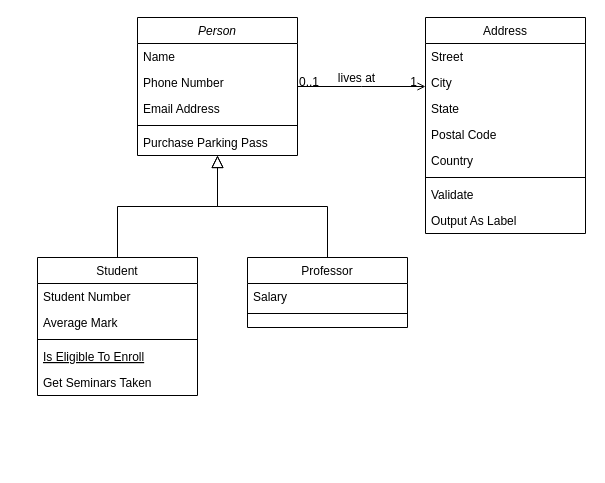
Above: Untitled Diagram.drawio in ZhangXichu/rtracer (draw.io), before the change. Source tidied: cells renumbered, new cells numbered last; positions are measured from the earlier drawing's top-left corner, leaving out a move shared by most shapes. Both pictures are drawn from the tidied source at 100%, with x=0, y=0 at pixel (37, 17).
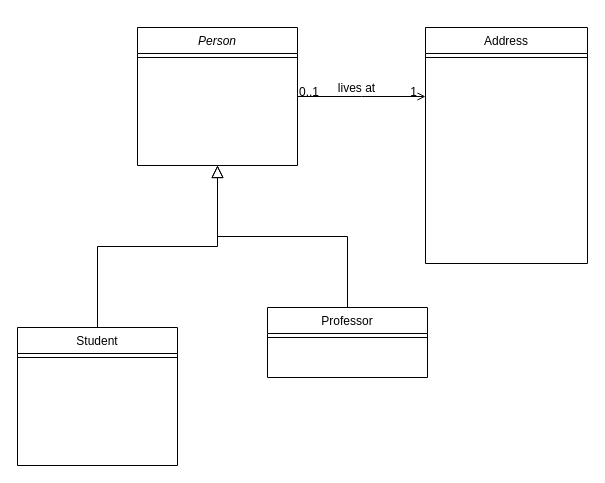
The same page after the edit.

Diff of the diagram source:
```diff
@@
     <mxCell id="2" value="Person" style="swimlane;fontStyle=2;align=center;verticalAlign=top;horizontal=1;startSize=26;rounded=0;shadow=0;strokeWidth=1;" parent="1" vertex="1">
-      <mxGeometry x="100" width="160" height="138" as="geometry" />
+      <mxGeometry x="100" y="10" width="160" height="138" as="geometry" />
     </mxCell>
-    <mxCell id="3" value="Name" style="text;align=left;verticalAlign=top;spacingLeft=4;spacingRight=4;overflow=hidden;" parent="2" vertex="1">
-      <mxGeometry y="26" width="160" height="26" as="geometry" />
-    </mxCell>
-    <mxCell id="4" value="Phone Number" style="text;align=left;verticalAlign=top;spacingLeft=4;spacingRight=4;overflow=hidden;rounded=0;shadow=0;html=0;" parent="2" vertex="1">
-      <mxGeometry y="52" width="160" height="26" as="geometry" />
-    </mxCell>
-    <mxCell id="5" value="Email Address" style="text;align=left;verticalAlign=top;spacingLeft=4;spacingRight=4;overflow=hidden;rounded=0;shadow=0;html=0;" parent="2" vertex="1">
-      <mxGeometry y="78" width="160" height="26" as="geometry" />
-    </mxCell>
     <mxCell id="6" style="line;html=1;strokeWidth=1;align=left;verticalAlign=middle;spacingTop=-1;spacingLeft=3;spacingRight=3;labelPosition=right;" parent="2" vertex="1">
-      <mxGeometry y="104" width="160" height="8" as="geometry" />
+      <mxGeometry y="26" width="160" height="8" as="geometry" />
     </mxCell>
-    <mxCell id="7" value="Purchase Parking Pass" style="text;align=left;verticalAlign=top;spacingLeft=4;spacingRight=4;overflow=hidden;" parent="2" vertex="1">
-      <mxGeometry y="112" width="160" height="26" as="geometry" />
-    </mxCell>
     <mxCell id="8" value="Student" style="swimlane;fontStyle=0;align=center;verticalAlign=top;horizontal=1;startSize=26;rounded=0;shadow=0;strokeWidth=1;" parent="1" vertex="1">
-      <mxGeometry y="240" width="160" height="138" as="geometry" />
+      <mxGeometry x="-20" y="310" width="160" height="138" as="geometry" />
     </mxCell>
-    <mxCell id="9" value="Student Number" style="text;align=left;verticalAlign=top;spacingLeft=4;spacingRight=4;overflow=hidden;" parent="8" vertex="1">
-      <mxGeometry y="26" width="160" height="26" as="geometry" />
-    </mxCell>
-    <mxCell id="10" value="Average Mark" style="text;align=left;verticalAlign=top;spacingLeft=4;spacingRight=4;overflow=hidden;rounded=0;shadow=0;html=0;" parent="8" vertex="1">
-      <mxGeometry y="52" width="160" height="26" as="geometry" />
-    </mxCell>
     <mxCell id="11" style="line;html=1;strokeWidth=1;align=left;verticalAlign=middle;spacingTop=-1;spacingLeft=3;spacingRight=3;labelPosition=right;" parent="8" vertex="1">
-      <mxGeometry y="78" width="160" height="8" as="geometry" />
+      <mxGeometry y="26" width="160" height="8" as="geometry" />
     </mxCell>
-    <mxCell id="12" value="Is Eligible To Enroll" style="text;align=left;verticalAlign=top;spacingLeft=4;spacingRight=4;overflow=hidden;fontStyle=4;" parent="8" vertex="1">
-      <mxGeometry y="86" width="160" height="26" as="geometry" />
-    </mxCell>
-    <mxCell id="13" value="Get Seminars Taken" style="text;align=left;verticalAlign=top;spacingLeft=4;spacingRight=4;overflow=hidden;" parent="8" vertex="1">
-      <mxGeometry y="112" width="160" height="26" as="geometry" />
-    </mxCell>
@@
     <mxCell id="15" value="Professor" style="swimlane;fontStyle=0;align=center;verticalAlign=top;horizontal=1;startSize=26;rounded=0;shadow=0;strokeWidth=1;" parent="1" vertex="1">
-      <mxGeometry x="210" y="240" width="160" height="70" as="geometry" />
+      <mxGeometry x="230" y="290" width="160" height="70" as="geometry" />
     </mxCell>
-    <mxCell id="16" value="Salary" style="text;align=left;verticalAlign=top;spacingLeft=4;spacingRight=4;overflow=hidden;" parent="15" vertex="1">
-      <mxGeometry y="26" width="160" height="26" as="geometry" />
-    </mxCell>
     <mxCell id="17" style="line;html=1;strokeWidth=1;align=left;verticalAlign=middle;spacingTop=-1;spacingLeft=3;spacingRight=3;labelPosition=right;" parent="15" vertex="1">
-      <mxGeometry y="52" width="160" height="8" as="geometry" />
+      <mxGeometry y="26" width="160" height="8" as="geometry" />
     </mxCell>
@@
     <mxCell id="19" value="Address" style="swimlane;fontStyle=0;align=center;verticalAlign=top;horizontal=1;startSize=26;rounded=0;shadow=0;strokeWidth=1;" parent="1" vertex="1">
-      <mxGeometry x="388" width="160" height="216" as="geometry" />
+      <mxGeometry x="388" y="10" width="162" height="236" as="geometry" />
     </mxCell>
-    <mxCell id="20" value="Street" style="text;align=left;verticalAlign=top;spacingLeft=4;spacingRight=4;overflow=hidden;" parent="19" vertex="1">
-      <mxGeometry y="26" width="160" height="26" as="geometry" />
-    </mxCell>
-    <mxCell id="21" value="City" style="text;align=left;verticalAlign=top;spacingLeft=4;spacingRight=4;overflow=hidden;rounded=0;shadow=0;html=0;" parent="19" vertex="1">
-      <mxGeometry y="52" width="160" height="26" as="geometry" />
-    </mxCell>
-    <mxCell id="22" value="State" style="text;align=left;verticalAlign=top;spacingLeft=4;spacingRight=4;overflow=hidden;rounded=0;shadow=0;html=0;" parent="19" vertex="1">
-      <mxGeometry y="78" width="160" height="26" as="geometry" />
-    </mxCell>
-    <mxCell id="23" value="Postal Code" style="text;align=left;verticalAlign=top;spacingLeft=4;spacingRight=4;overflow=hidden;rounded=0;shadow=0;html=0;" parent="19" vertex="1">
-      <mxGeometry y="104" width="160" height="26" as="geometry" />
-    </mxCell>
-    <mxCell id="24" value="Country" style="text;align=left;verticalAlign=top;spacingLeft=4;spacingRight=4;overflow=hidden;rounded=0;shadow=0;html=0;" parent="19" vertex="1">
-      <mxGeometry y="130" width="160" height="26" as="geometry" />
-    </mxCell>
     <mxCell id="25" style="line;html=1;strokeWidth=1;align=left;verticalAlign=middle;spacingTop=-1;spacingLeft=3;spacingRight=3;labelPosition=right;" parent="19" vertex="1">
-      <mxGeometry y="156" width="160" height="8" as="geometry" />
+      <mxGeometry y="26" width="162" height="8" as="geometry" />
     </mxCell>
-    <mxCell id="26" value="Validate" style="text;align=left;verticalAlign=top;spacingLeft=4;spacingRight=4;overflow=hidden;" parent="19" vertex="1">
-      <mxGeometry y="164" width="160" height="26" as="geometry" />
-    </mxCell>
-    <mxCell id="27" value="Output As Label" style="text;align=left;verticalAlign=top;spacingLeft=4;spacingRight=4;overflow=hidden;" parent="19" vertex="1">
-      <mxGeometry y="190" width="160" height="26" as="geometry" />
-    </mxCell>
```
